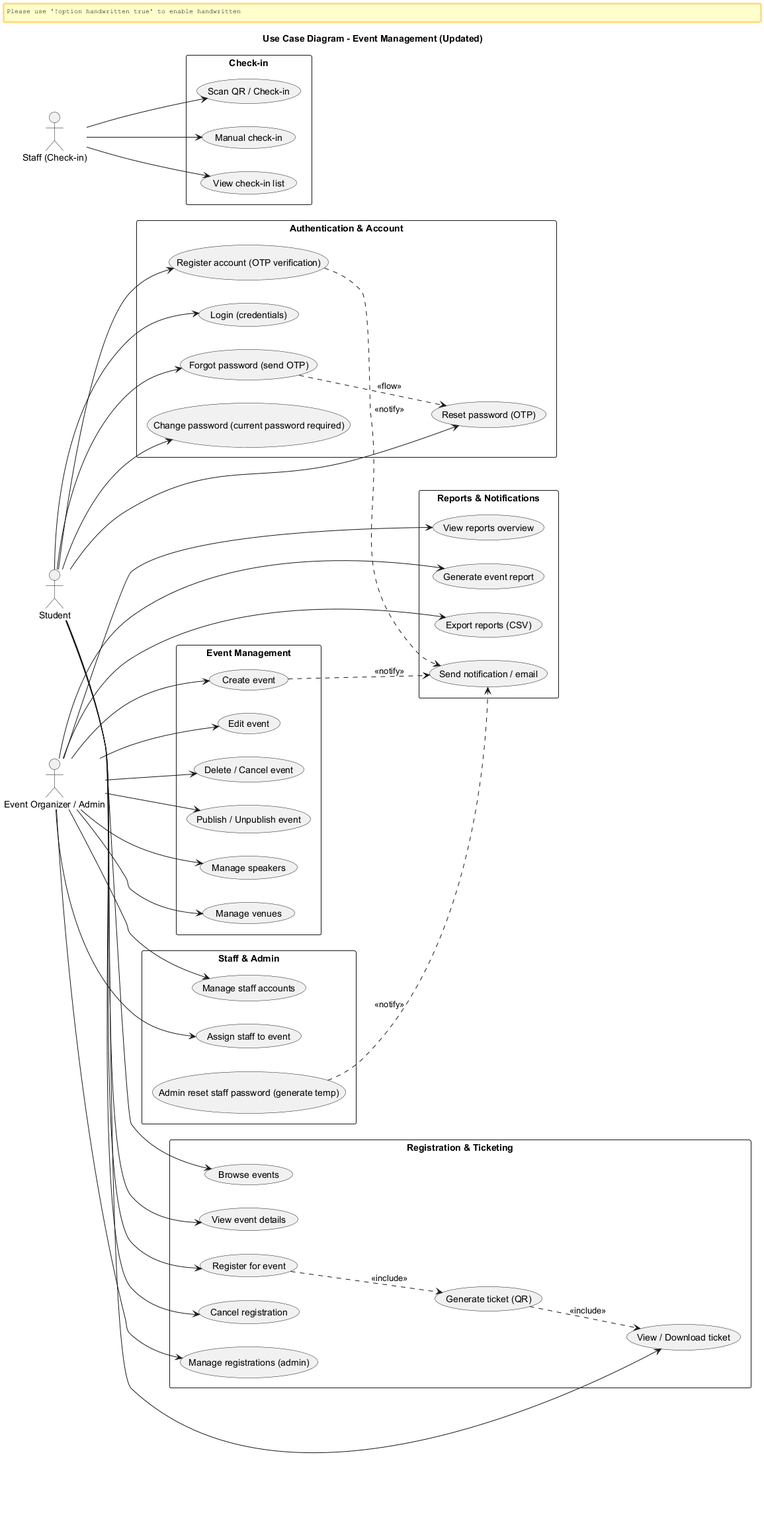
This is DOCUMENTATION/diagrams/usecases_updated.png from thaitranqq/Event_Management, a PlantUML export, as it was before one commit.
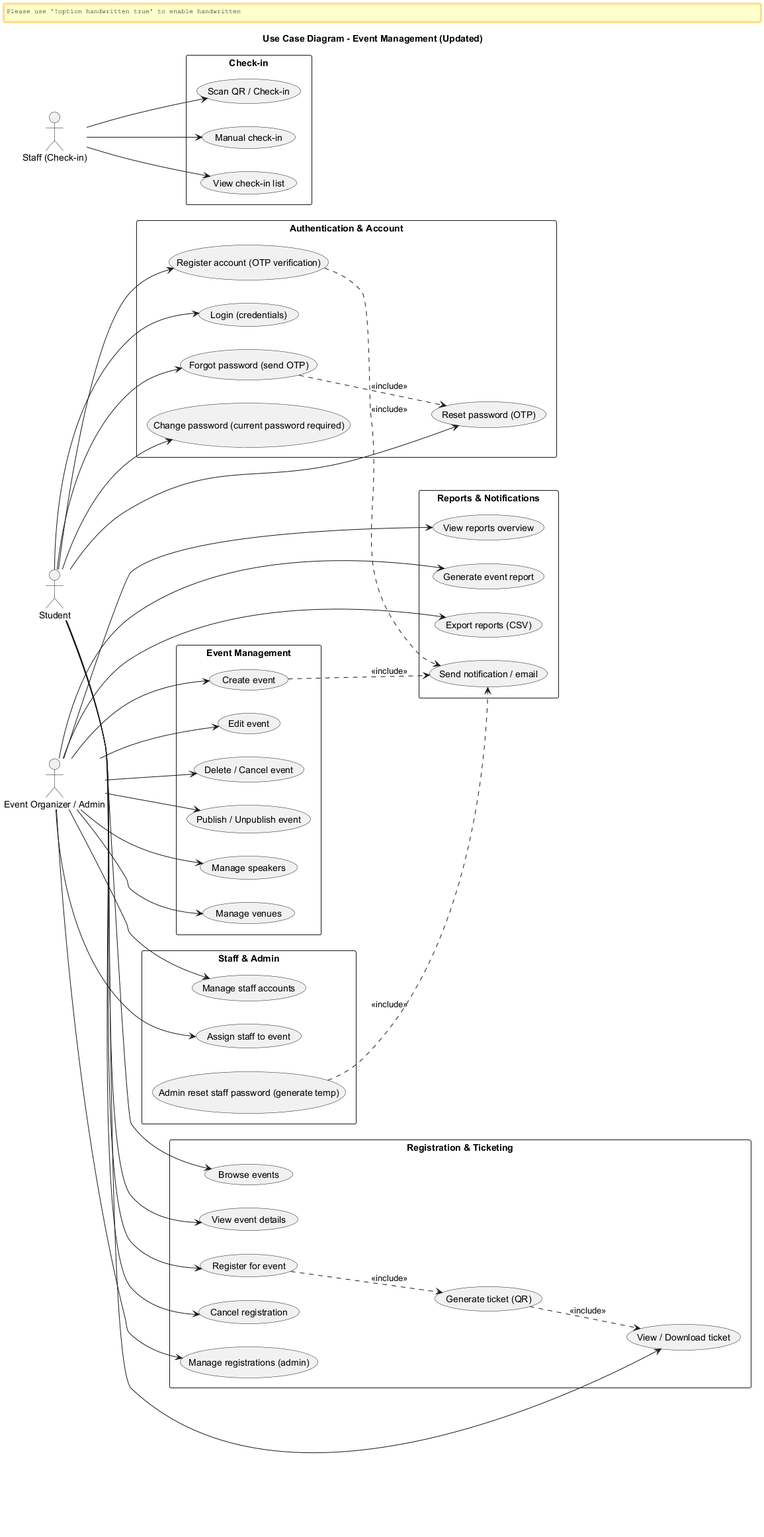
The same diagram one commit later.

Commit message:
docs(diagrams): use only include/extend between use cases

What changed in the source:
```diff
@@ -83,10 +83,10 @@
 
 UC_RegisterEvent ..> UC_GenerateTicket : <<include>>
 UC_GenerateTicket ..> UC_ViewTicket : <<include>>
-UC_Forgot ..> UC_Reset : <<flow>>
-UC_AdminResetStaff ..> UC_Notify : <<notify>>
-UC_Register ..> UC_Notify : <<notify>>
-UC_CreateEvent ..> UC_Notify : <<notify>>
+UC_Forgot ..> UC_Reset : <<include>>
+UC_AdminResetStaff ..> UC_Notify : <<include>>
+UC_Register ..> UC_Notify : <<include>>
+UC_CreateEvent ..> UC_Notify : <<include>>
 
 
 @enduml
```
